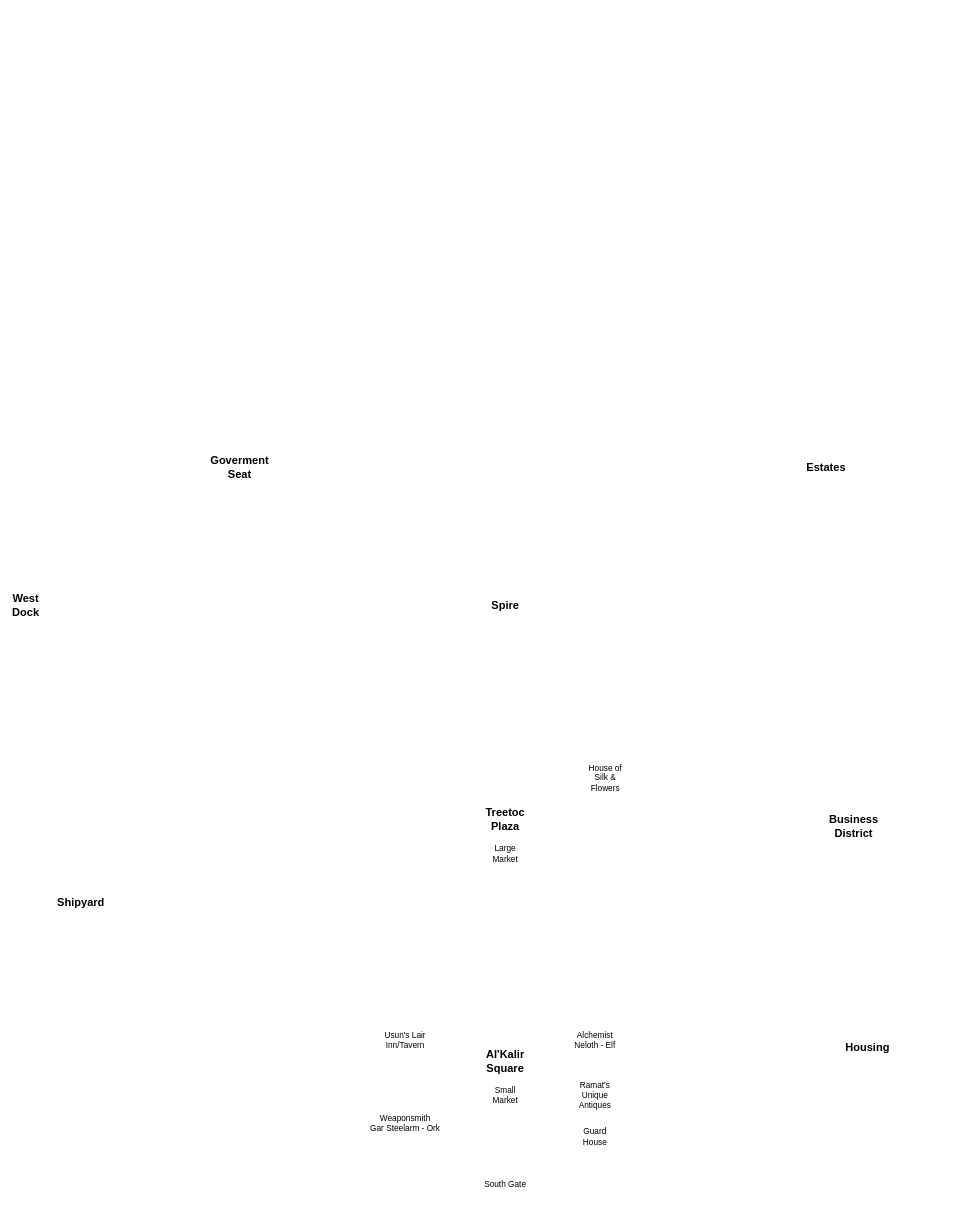
Above: Jerris.drawio in marcusspain/drawings (draw.io), before the change. Source tidied: cells renumbered, new cells numbered last; positions are measured from the earlier drawing's top-left corner, leaving out a move shared by most shapes. Both pictures are drawn from the tidied source at 69%, with x=0, y=0 at pixel (12, 460).
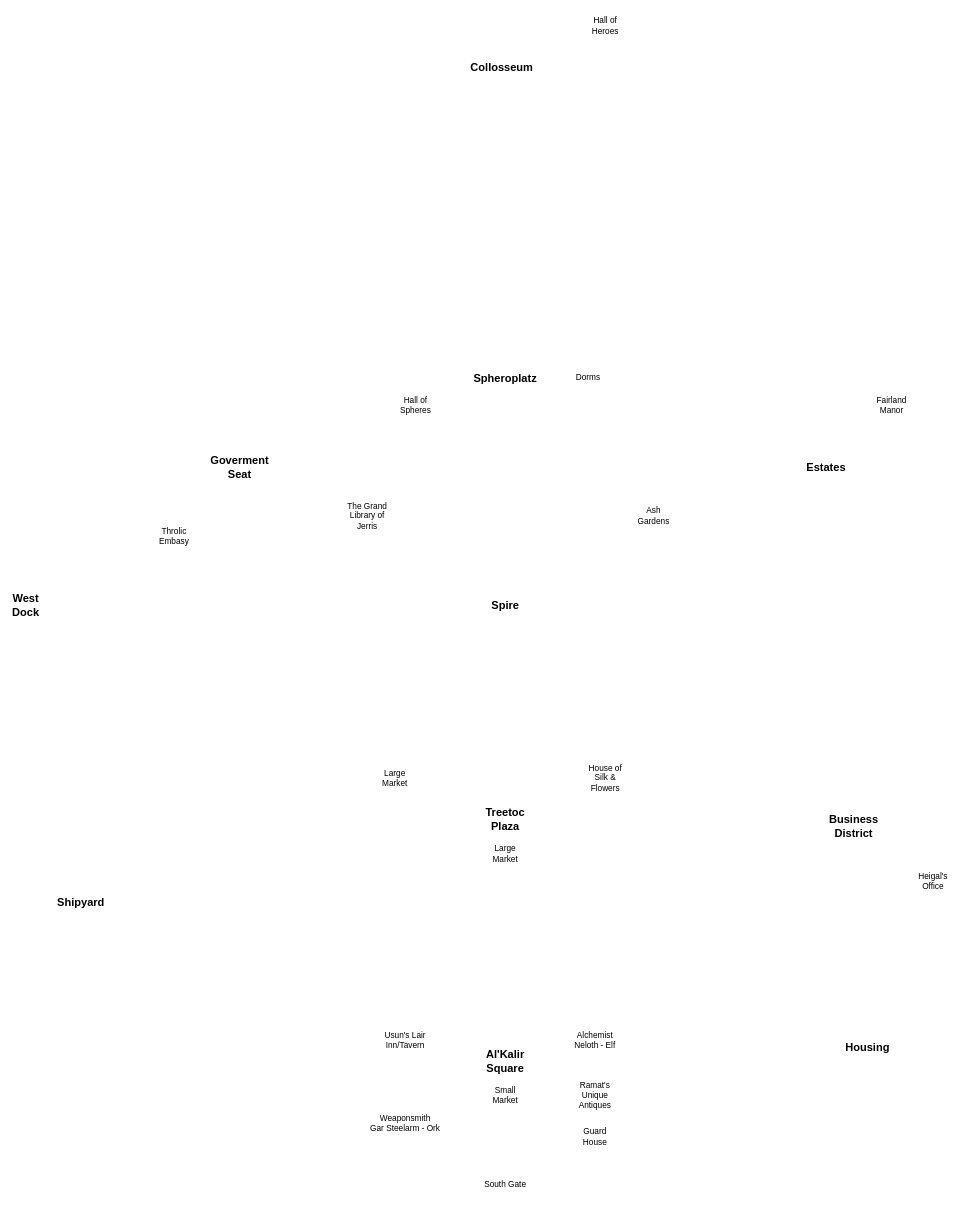
Above is the later version.

Diff of the diagram source:
```diff
@@
+    <mxCell id="20" value="Throlic Embasy" style="text;html=1;strokeColor=none;fillColor=none;align=center;verticalAlign=middle;whiteSpace=wrap;rounded=0;" parent="1" vertex="1">
+      <mxGeometry x="200" y="90" width="70" height="40" as="geometry" />
+    </mxCell>
+    <mxCell id="21" value="Heigal's Office" style="text;html=1;strokeColor=none;fillColor=none;align=center;verticalAlign=middle;whiteSpace=wrap;rounded=0;" parent="1" vertex="1">
+      <mxGeometry x="1300" y="590" width="70" height="40" as="geometry" />
+    </mxCell>
+    <mxCell id="22" value="Hall of Spheres" style="text;html=1;strokeColor=none;fillColor=none;align=center;verticalAlign=middle;whiteSpace=wrap;rounded=0;" parent="1" vertex="1">
+      <mxGeometry x="550" y="-100" width="70" height="40" as="geometry" />
+    </mxCell>
+    <mxCell id="23" value="Large Market" style="text;html=1;strokeColor=none;fillColor=none;align=center;verticalAlign=middle;whiteSpace=wrap;rounded=0;" parent="1" vertex="1">
+      <mxGeometry x="520" y="440" width="70" height="40" as="geometry" />
+    </mxCell>
+    <mxCell id="24" value="Fairland Manor" style="text;html=1;strokeColor=none;fillColor=none;align=center;verticalAlign=middle;whiteSpace=wrap;rounded=0;" parent="1" vertex="1">
+      <mxGeometry x="1240" y="-100" width="70" height="40" as="geometry" />
+    </mxCell>
+    <mxCell id="25" value="The Grand Library of Jerris" style="text;html=1;strokeColor=none;fillColor=none;align=center;verticalAlign=middle;whiteSpace=wrap;rounded=0;" parent="1" vertex="1">
+      <mxGeometry x="480" y="60" width="70" height="40" as="geometry" />
+    </mxCell>
+    <mxCell id="26" value="Spheroplatz" style="text;html=1;strokeColor=none;fillColor=none;align=center;verticalAlign=middle;whiteSpace=wrap;rounded=0;fontSize=16;fontStyle=1;" parent="1" vertex="1">
+      <mxGeometry x="695" y="-130" width="40" height="20" as="geometry" />
+    </mxCell>
+    <mxCell id="27" value="Hall of Heroes" style="text;html=1;strokeColor=none;fillColor=none;align=center;verticalAlign=middle;whiteSpace=wrap;rounded=0;" parent="1" vertex="1">
+      <mxGeometry x="825" y="-650" width="70" height="40" as="geometry" />
+    </mxCell>
+    <mxCell id="28" value="Collosseum" style="text;html=1;strokeColor=none;fillColor=none;align=center;verticalAlign=middle;whiteSpace=wrap;rounded=0;fontSize=16;fontStyle=1;" parent="1" vertex="1">
+      <mxGeometry x="690" y="-580" width="40" height="20" as="geometry" />
+    </mxCell>
+    <mxCell id="29" value="Dorms" style="text;html=1;strokeColor=none;fillColor=none;align=center;verticalAlign=middle;whiteSpace=wrap;rounded=0;" parent="1" vertex="1">
+      <mxGeometry x="800" y="-140" width="70" height="40" as="geometry" />
+    </mxCell>
+    <mxCell id="30" value="Ash Gardens" style="text;html=1;strokeColor=none;fillColor=none;align=center;verticalAlign=middle;whiteSpace=wrap;rounded=0;" parent="1" vertex="1">
+      <mxGeometry x="895" y="60" width="70" height="40" as="geometry" />
+    </mxCell>
```
